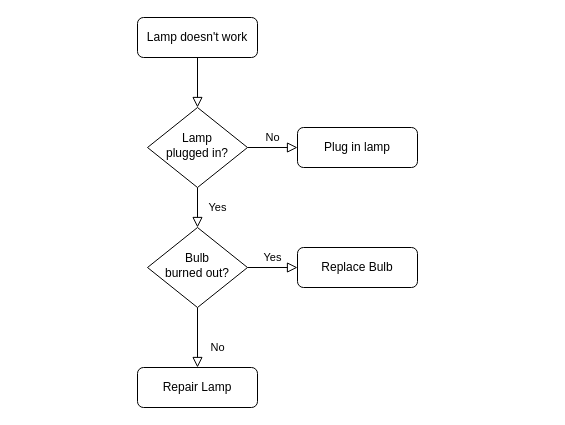
Earlier version of the draw.io diagram Untitled Diagram.drawio (quantalucia/qli). Source tidied: cells renumbered, new cells numbered last; positions are measured from the earlier drawing's top-left corner, leaving out a move shared by most shapes. Both pictures are drawn from the tidied source at 100%, with x=0, y=0 at pixel (137, 17).
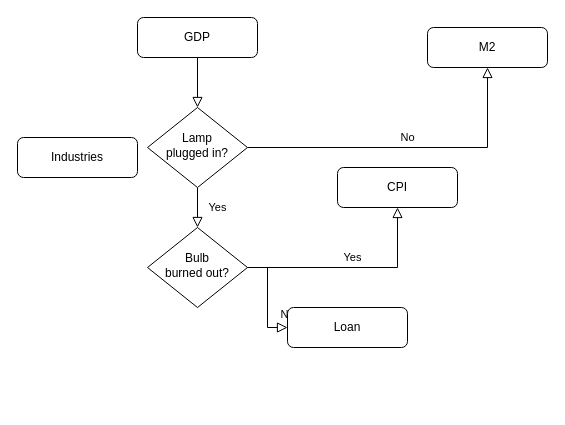
After the change.

Change to the diagram source:
```diff
@@
 <mxGraphModel>
   <root>
     <mxCell id="0" />
     <mxCell id="1" parent="0" />
     <mxCell id="2" style="rounded=0;html=1;jettySize=auto;fontSize=11;endArrow=block;endFill=0;endSize=8;strokeWidth=1;shadow=0;labelBackgroundColor=none;edgeStyle=orthogonalEdgeStyle;" parent="1" edge="1" source="3" target="6">
       <mxGeometry relative="1" as="geometry" />
     </mxCell>
-    <mxCell id="3" value="Lamp doesn't work" style="rounded=1;whiteSpace=wrap;html=1;fontSize=12;glass=0;strokeWidth=1;shadow=0;" parent="1" vertex="1">
+    <mxCell id="3" value="GDP" style="rounded=1;whiteSpace=wrap;html=1;fontSize=12;glass=0;strokeWidth=1;shadow=0;" parent="1" vertex="1">
       <mxGeometry width="120" height="40" as="geometry" />
     </mxCell>
     <mxCell id="4" value="Yes" style="rounded=0;html=1;jettySize=auto;fontSize=11;endArrow=block;endFill=0;endSize=8;strokeWidth=1;shadow=0;labelBackgroundColor=none;edgeStyle=orthogonalEdgeStyle;" parent="1" edge="1" source="6" target="10">
       <mxGeometry y="20" relative="1" as="geometry" />
     </mxCell>
     <mxCell id="5" value="No" style="edgeStyle=orthogonalEdgeStyle;rounded=0;html=1;jettySize=auto;fontSize=11;endArrow=block;endFill=0;endSize=8;strokeWidth=1;shadow=0;labelBackgroundColor=none;" parent="1" edge="1" source="6" target="7">
       <mxGeometry y="10" relative="1" as="geometry" />
     </mxCell>
     <mxCell id="6" value="Lamp&lt;br&gt;plugged in?" style="rhombus;whiteSpace=wrap;html=1;shadow=0;fontFamily=Helvetica;fontSize=12;align=center;strokeWidth=1;spacing=6;spacingTop=-4;" parent="1" vertex="1">
       <mxGeometry x="10" y="90" width="100" height="80" as="geometry" />
     </mxCell>
-    <mxCell id="7" value="Plug in lamp" style="rounded=1;whiteSpace=wrap;html=1;fontSize=12;glass=0;strokeWidth=1;shadow=0;" parent="1" vertex="1">
-      <mxGeometry x="160" y="110" width="120" height="40" as="geometry" />
+    <mxCell id="7" value="M2" style="rounded=1;whiteSpace=wrap;html=1;fontSize=12;glass=0;strokeWidth=1;shadow=0;" parent="1" vertex="1">
+      <mxGeometry x="290" y="10" width="120" height="40" as="geometry" />
     </mxCell>
     <mxCell id="8" value="No" style="rounded=0;html=1;jettySize=auto;fontSize=11;endArrow=block;endFill=0;endSize=8;strokeWidth=1;shadow=0;labelBackgroundColor=none;edgeStyle=orthogonalEdgeStyle;" parent="1" edge="1" source="10" target="11">
       <mxGeometry x="0.33" y="20" relative="1" as="geometry" />
     </mxCell>
     <mxCell id="9" value="Yes" style="edgeStyle=orthogonalEdgeStyle;rounded=0;html=1;jettySize=auto;fontSize=11;endArrow=block;endFill=0;endSize=8;strokeWidth=1;shadow=0;labelBackgroundColor=none;" parent="1" edge="1" source="10" target="12">
       <mxGeometry y="10" relative="1" as="geometry" />
     </mxCell>
     <mxCell id="10" value="Bulb&lt;br&gt;burned out?" style="rhombus;whiteSpace=wrap;html=1;shadow=0;fontFamily=Helvetica;fontSize=12;align=center;strokeWidth=1;spacing=6;spacingTop=-4;" parent="1" vertex="1">
       <mxGeometry x="10" y="210" width="100" height="80" as="geometry" />
     </mxCell>
-    <mxCell id="11" value="Repair Lamp" style="rounded=1;whiteSpace=wrap;html=1;fontSize=12;glass=0;strokeWidth=1;shadow=0;" parent="1" vertex="1">
-      <mxGeometry y="350" width="120" height="40" as="geometry" />
+    <mxCell id="11" value="Loan" style="rounded=1;whiteSpace=wrap;html=1;fontSize=12;glass=0;strokeWidth=1;shadow=0;" parent="1" vertex="1">
+      <mxGeometry x="150" y="290" width="120" height="40" as="geometry" />
     </mxCell>
-    <mxCell id="12" value="Replace Bulb" style="rounded=1;whiteSpace=wrap;html=1;fontSize=12;glass=0;strokeWidth=1;shadow=0;" parent="1" vertex="1">
-      <mxGeometry x="160" y="230" width="120" height="40" as="geometry" />
+    <mxCell id="12" value="CPI" style="rounded=1;whiteSpace=wrap;html=1;fontSize=12;glass=0;strokeWidth=1;shadow=0;" parent="1" vertex="1">
+      <mxGeometry x="200" y="150" width="120" height="40" as="geometry" />
     </mxCell>
+    <mxCell id="13" value="Industries" style="rounded=1;whiteSpace=wrap;html=1;fontSize=12;glass=0;strokeWidth=1;shadow=0;" parent="1" vertex="1">
+      <mxGeometry x="-120" y="120" width="120" height="40" as="geometry" />
+    </mxCell>
   </root>
 </mxGraphModel>
```
